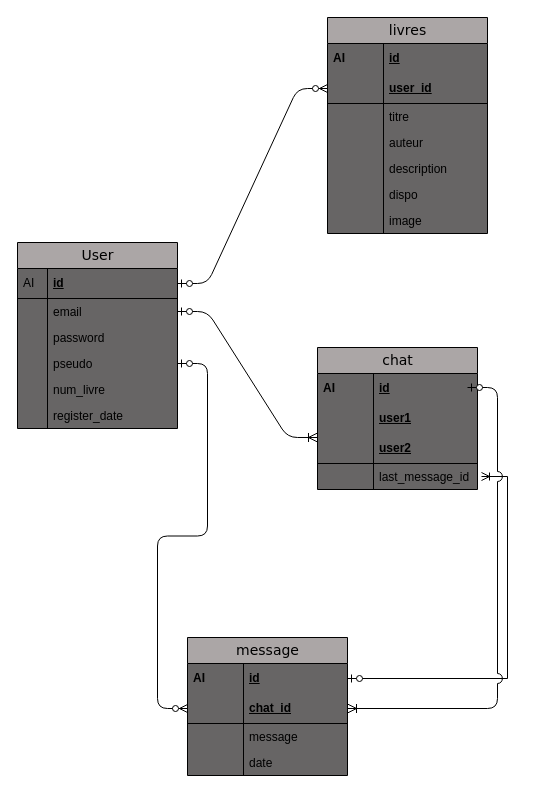
Earlier version of the draw.io diagram database.drawio (Neeemos/P6-Developpement-du-site-de-TomTroc). Source tidied: cells renumbered, new cells numbered last; positions are measured from the earlier drawing's top-left corner, leaving out a move shared by most shapes. Both pictures are drawn from the tidied source at 100%, with x=0, y=0 at pixel (17, 17).
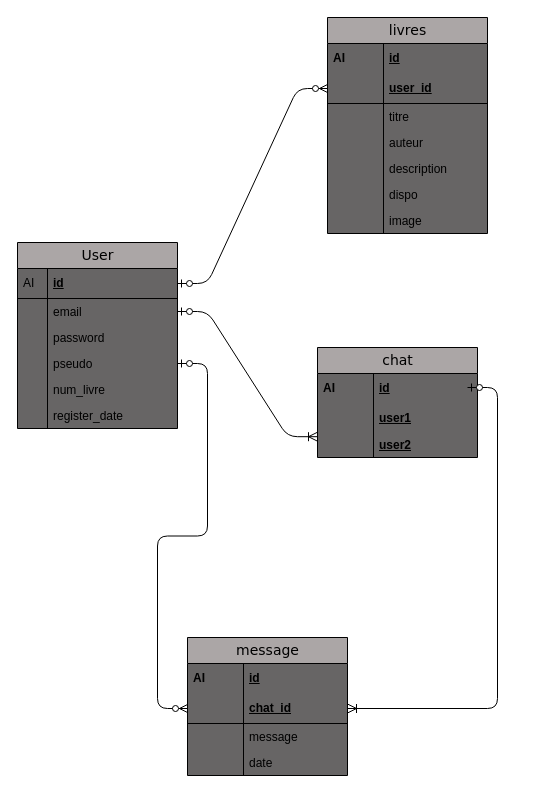
The same page after the edit.

Commit message (it also covers changes not shown here):
ajout sql + valeurs fictives

The change refers to these unchanged cells:
```xml
<mxCell id="43" value="id" style="shape=partialRectangle;top=0;left=0;right=0;bottom=0;html=1;align=left;verticalAlign=middle;fillColor=none;spacingLeft=60;spacingRight=4;whiteSpace=wrap;overflow=hidden;points=[[0,0.5],[1,0.5]];portConstraint=eastwest;fontStyle=5;" parent="42" vertex="1">
  <mxGeometry y="26" width="160" height="30" as="geometry" />
</mxCell>
```

What changed in the source:
```diff
@@
     <mxCell id="33" value="chat" style="swimlane;html=1;fontStyle=0;horizontal=1;startSize=26;fillColor=#ABA6A6;swimlaneFillColor=#676565;align=center;rounded=0;shadow=0;comic=0;labelBackgroundColor=none;strokeWidth=1;fontFamily=Verdana;fontSize=14;" parent="1" vertex="1">
-      <mxGeometry x="300" y="330" width="160" height="142" as="geometry" />
+      <mxGeometry x="300" y="330" width="160" height="110" as="geometry" />
     </mxCell>
@@
-    <mxCell id="38" value="user2" style="shape=partialRectangle;top=0;left=0;right=0;bottom=1;html=1;align=left;verticalAlign=middle;fillColor=none;spacingLeft=60;spacingRight=4;whiteSpace=wrap;overflow=hidden;points=[[0,0.5],[1,0.5]];portConstraint=eastwest;fontStyle=5;strokeColor=default;" parent="33" vertex="1">
-      <mxGeometry y="86" width="160" height="30" as="geometry" />
+    <mxCell id="38" value="user2" style="shape=partialRectangle;top=0;left=0;right=0;bottom=1;html=1;align=left;verticalAlign=middle;fillColor=none;spacingLeft=60;spacingRight=4;whiteSpace=wrap;overflow=hidden;points=[[0,0.5],[1,0.5]];portConstraint=eastwest;fontStyle=5;strokeColor=none;" parent="33" vertex="1">
+      <mxGeometry y="86" width="160" height="24" as="geometry" />
     </mxCell>
     <mxCell id="39" style="shape=partialRectangle;fontStyle=1;top=0;left=0;bottom=0;html=1;fillColor=none;align=left;verticalAlign=middle;spacingLeft=4;spacingRight=4;whiteSpace=wrap;overflow=hidden;" parent="38" vertex="1">
-      <mxGeometry width="56" height="30" as="geometry" />
+      <mxGeometry width="56" height="24" as="geometry" />
     </mxCell>
-    <mxCell id="40" value="last_message_id" style="shape=partialRectangle;top=0;left=0;right=0;bottom=0;html=1;align=left;verticalAlign=top;fillColor=none;spacingLeft=60;spacingRight=4;whiteSpace=wrap;overflow=hidden;points=[[0,0.5],[1,0.5]];portConstraint=eastwest;" parent="33" vertex="1">
-      <mxGeometry y="116" width="160" height="26" as="geometry" />
-    </mxCell>
-    <mxCell id="41" style="shape=partialRectangle;top=0;left=0;bottom=0;html=1;fillColor=none;align=left;verticalAlign=top;spacingLeft=4;spacingRight=4;whiteSpace=wrap;overflow=hidden;" parent="40" vertex="1">
-      <mxGeometry width="56" height="26" as="geometry" />
-    </mxCell>
@@
-    <mxCell id="53" style="edgeStyle=entityRelationEdgeStyle;html=1;endArrow=ERoneToMany;startArrow=ERzeroToOne;labelBackgroundColor=none;fontFamily=Verdana;fontSize=14;exitX=1;exitY=0.5;strokeColor=default;rounded=0;targetPerimeterSpacing=4;jumpStyle=gap;jumpSize=10;sourcePerimeterSpacing=50;endFill=0;exitDx=0;exitDy=0;" parent="1" edge="1" source="43" target="40">
-      <mxGeometry relative="1" as="geometry" />
-    </mxCell>
```
